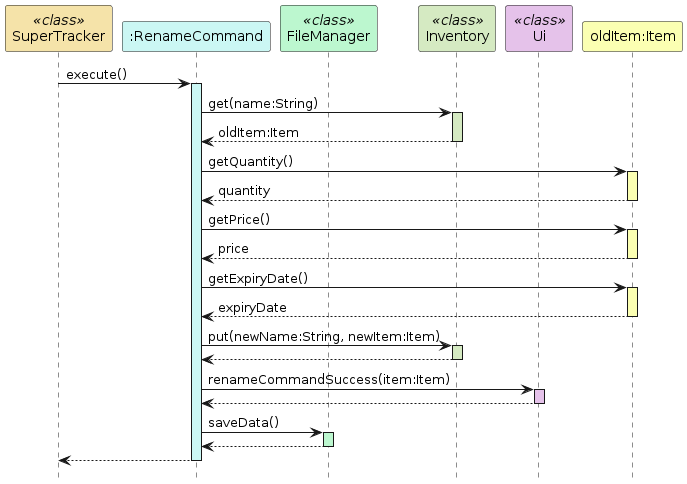
rismm/tp keeps this PlantUML diagram as docs/uml-diagrams/RenameCommandSequence.png. Above is the earlier version. Its diagram source:
```plantuml
@startuml
hide footbox
participant "SuperTracker" as SuperTracker <<class>> #f5e3a9
participant ":RenameCommand" as RenameCommand #cbf7f4
participant "FileManager" as FileManager <<class>> #bcf7cf
participant "Inventory" as Inventory <<class>> #d5eac2
participant "Ui" as Ui <<class>> #e5c2ea
participant "oldItem:Item" as Item #fbffb2

SuperTracker -> RenameCommand : execute()
activate RenameCommand #cbf7f4

RenameCommand -> Inventory : get(name:String)
activate Inventory #d5eac2
Inventory --> RenameCommand : oldItem:Item
deactivate Inventory

RenameCommand -> Item: getQuantity()
activate Item #fbffb2
Item --> RenameCommand: quantity
deactivate Item

RenameCommand -> Item: getPrice()
activate Item #fbffb2
Item --> RenameCommand: price
deactivate Item

RenameCommand -> Item: getExpiryDate()
activate Item #fbffb2
Item --> RenameCommand: expiryDate
deactivate Item

RenameCommand -> Inventory : put(newName:String, newItem:Item)
activate Inventory #d5eac2
Inventory --> RenameCommand
deactivate Inventory

RenameCommand -> Ui : renameCommandSuccess(item:Item)
activate Ui #e5c2ea
Ui --> RenameCommand
deactivate Ui

RenameCommand -> FileManager : saveData()
activate FileManager #bcf7cf
FileManager --> RenameCommand
deactivate FileManager

RenameCommand --> SuperTracker
deactivate RenameCommand
@enduml
```
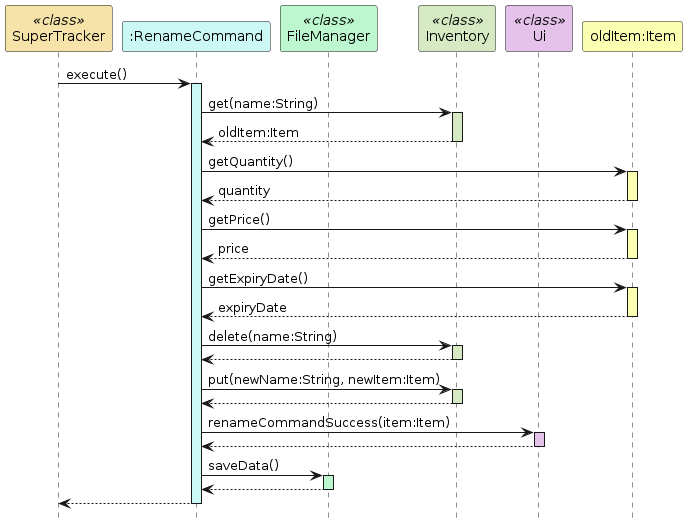
The same diagram one commit later.

Change to the diagram source:
```diff
@@ -30,6 +30,11 @@
 Item --> RenameCommand: expiryDate
 deactivate Item
 
+RenameCommand -> Inventory : delete(name:String)
+activate Inventory #d5eac2
+Inventory --> RenameCommand
+deactivate Inventory
+
 RenameCommand -> Inventory : put(newName:String, newItem:Item)
 activate Inventory #d5eac2
 Inventory --> RenameCommand
```
